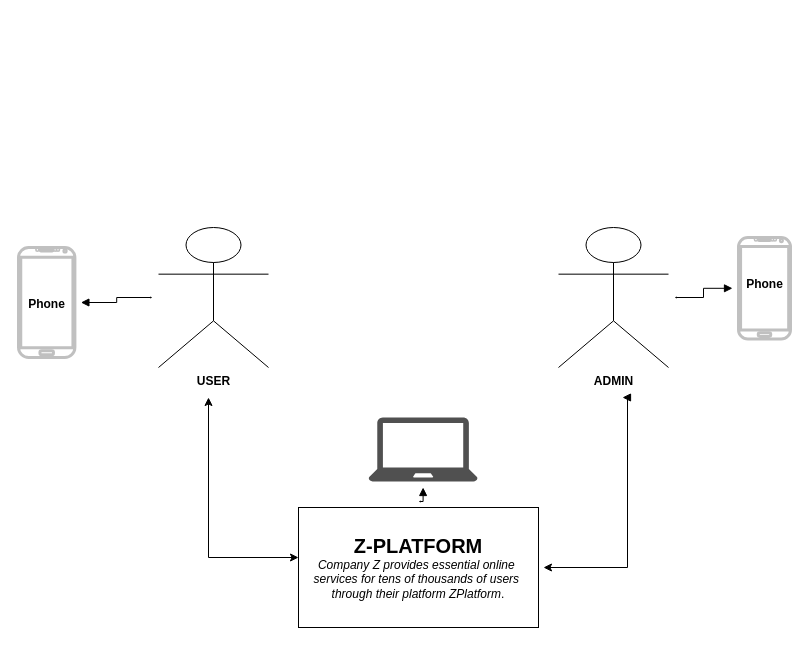
This is page "Page-1" (1 of 7) of Untitled Diagram.drawio from yamuben/z-platform-backend, a draw.io file, before an edit. Source tidied: cells renumbered, new cells numbered last; positions are measured from the earlier drawing's top-left corner, leaving out a move shared by most shapes. Both pictures are drawn from the tidied source at 100%, with x=0, y=0 at pixel (18, 227).
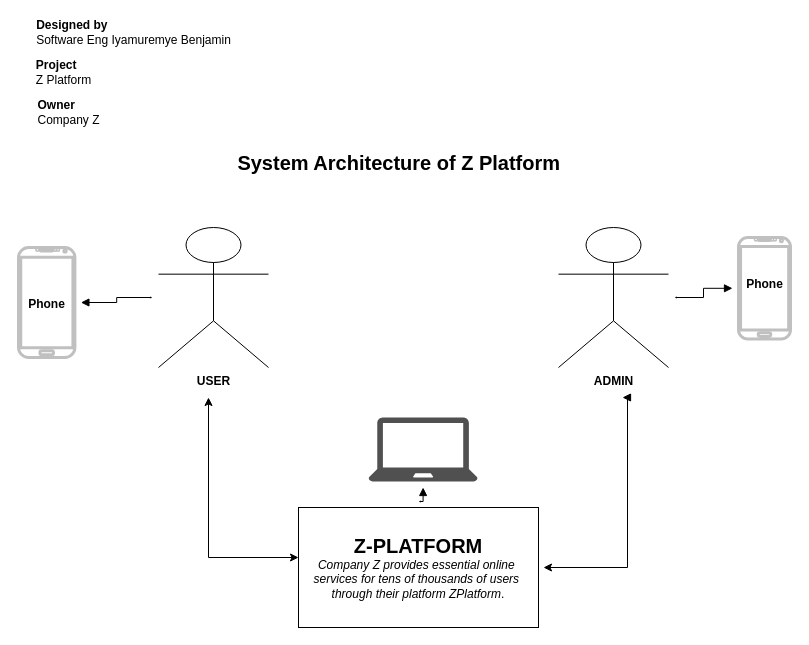
The same page after the edit.

The edit, as a diff of the source:
```diff
@@
+    <mxCell id="17" value="System Architecture of Z Platform&amp;nbsp;" style="text;html=1;align=center;verticalAlign=middle;strokeColor=none;fillColor=none;fontSize=20;fontColor=#000000;fontStyle=1;" parent="1" vertex="1">
+      <mxGeometry x="213" y="-80" width="340" height="30" as="geometry" />
+    </mxCell>
+    <mxCell id="18" value="&lt;div style=&quot;text-align: left; font-size: 12px;&quot;&gt;&lt;span style=&quot;background-color: initial; font-size: 12px;&quot;&gt;&lt;b&gt;Designed by&lt;/b&gt;&amp;nbsp;&lt;/span&gt;&lt;/div&gt;&lt;div style=&quot;text-align: left; font-size: 12px;&quot;&gt;&lt;span style=&quot;background-color: initial; font-size: 12px;&quot;&gt;Software Eng Iyamuremye Benjamin&lt;/span&gt;&lt;/div&gt;" style="text;html=1;align=center;verticalAlign=middle;strokeColor=none;fillColor=none;fontSize=12;fontColor=#000000;" parent="1" vertex="1">
+      <mxGeometry x="10" y="-210" width="210" height="30" as="geometry" />
+    </mxCell>
+    <mxCell id="19" value="&lt;div style=&quot;text-align: left; font-size: 12px;&quot;&gt;&lt;span style=&quot;background-color: initial; font-size: 12px;&quot;&gt;&lt;b&gt;Project&lt;/b&gt;&amp;nbsp;&lt;/span&gt;&lt;/div&gt;&lt;div style=&quot;text-align: left; font-size: 12px;&quot;&gt;&lt;span style=&quot;background-color: initial; font-size: 12px;&quot;&gt;Z Platform&lt;/span&gt;&lt;/div&gt;" style="text;html=1;align=center;verticalAlign=middle;strokeColor=none;fillColor=none;fontSize=12;fontColor=#000000;" parent="1" vertex="1">
+      <mxGeometry x="10" y="-170" width="70" height="30" as="geometry" />
+    </mxCell>
+    <mxCell id="20" value="&lt;div style=&quot;text-align: left; font-size: 12px;&quot;&gt;&lt;span style=&quot;background-color: initial; font-size: 12px;&quot;&gt;&lt;b&gt;Owner&lt;/b&gt;&amp;nbsp;&lt;/span&gt;&lt;/div&gt;&lt;div style=&quot;text-align: left; font-size: 12px;&quot;&gt;Company Z&lt;/div&gt;" style="text;html=1;align=center;verticalAlign=middle;strokeColor=none;fillColor=none;fontSize=12;fontColor=#000000;" parent="1" vertex="1">
+      <mxGeometry x="10" y="-130" width="80" height="30" as="geometry" />
+    </mxCell>
```
